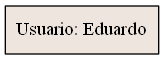
Above: Proyecto_Clase/Lista_Usuarios.png in Eduardo01004/Proyecto_Clase_EDD (Graphviz), before the change. Its source is kept beside it as Proyecto_Clase/Lista_Usuarios.dot.
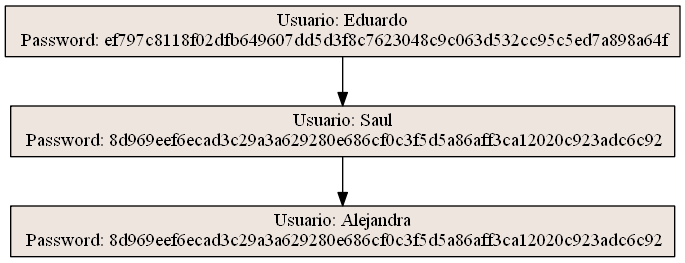
Later version of the same file.

Diff of the diagram source:
```diff
@@ -1,3 +1,7 @@
 digraph G{
-1574633562[shape=record, style=filled, fillcolor=seashell2,label="Usuario: Eduardo"];
+354550499[shape=record, style=filled, fillcolor=seashell2,label="Usuario: Eduardo&#92;n  Password: ef797c8118f02dfb649607dd5d3f8c7623048c9c063d532cc95c5ed7a898a64f"];
+354550499->293856029
+293856029[shape=record, style=filled, fillcolor=seashell2,label="Usuario: Saul&#92;n  Password: 8d969eef6ecad3c29a3a629280e686cf0c3f5d5a86aff3ca12020c923adc6c92"];
+293856029->1318815754
+1318815754[shape=record, style=filled, fillcolor=seashell2,label="Usuario: Alejandra&#92;n  Password: 8d969eef6ecad3c29a3a629280e686cf0c3f5d5a86aff3ca12020c923adc6c92"];
 }
```
